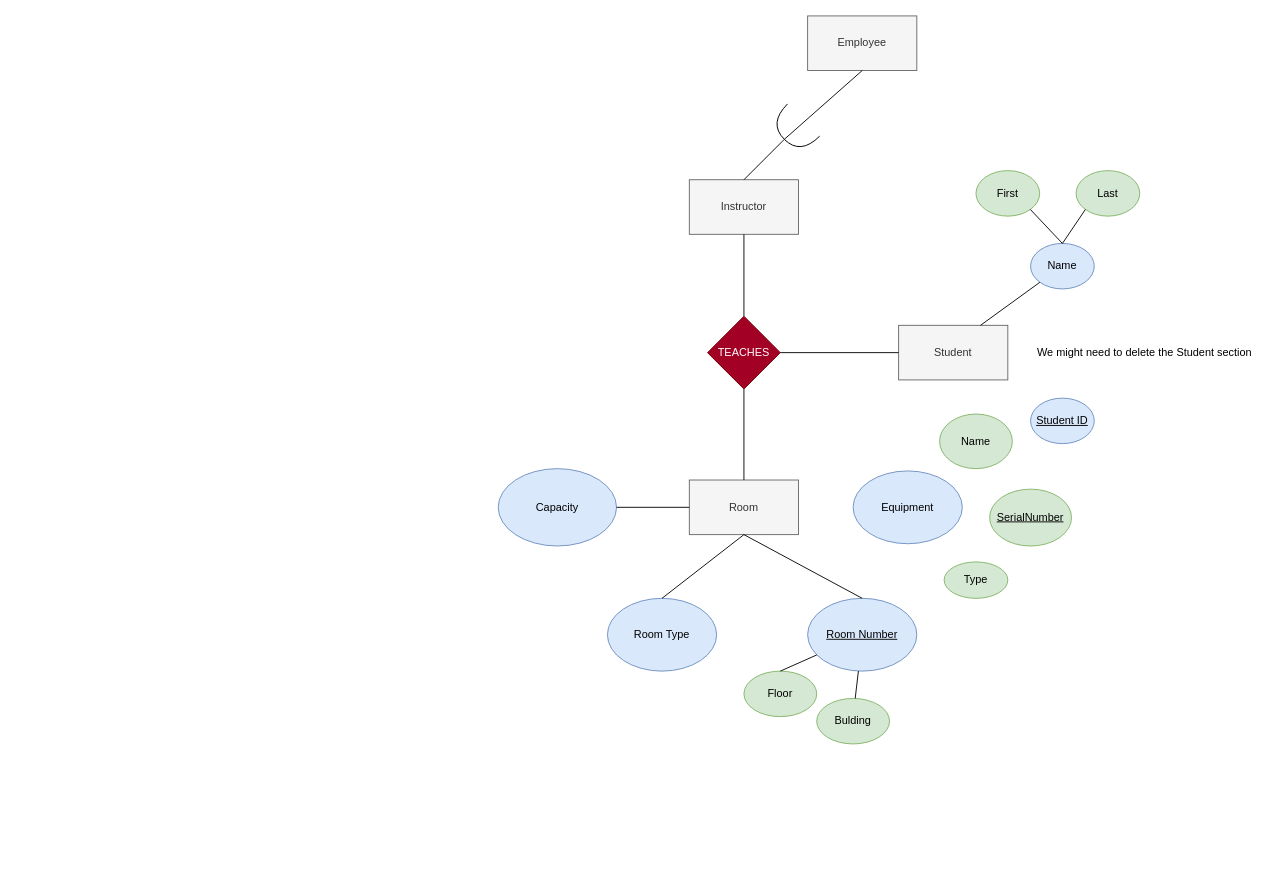
Before: Step 2 ER/EER Diagram.drawio in William-BC-CA/CPSC2221_Term_Project_Files, a draw.io diagram. Source tidied: cells renumbered, new cells numbered last; positions are measured from the earlier drawing's top-left corner, leaving out a move shared by most shapes. Both pictures are drawn from the tidied source at 91%, with x=0, y=0 at pixel (498, 15).
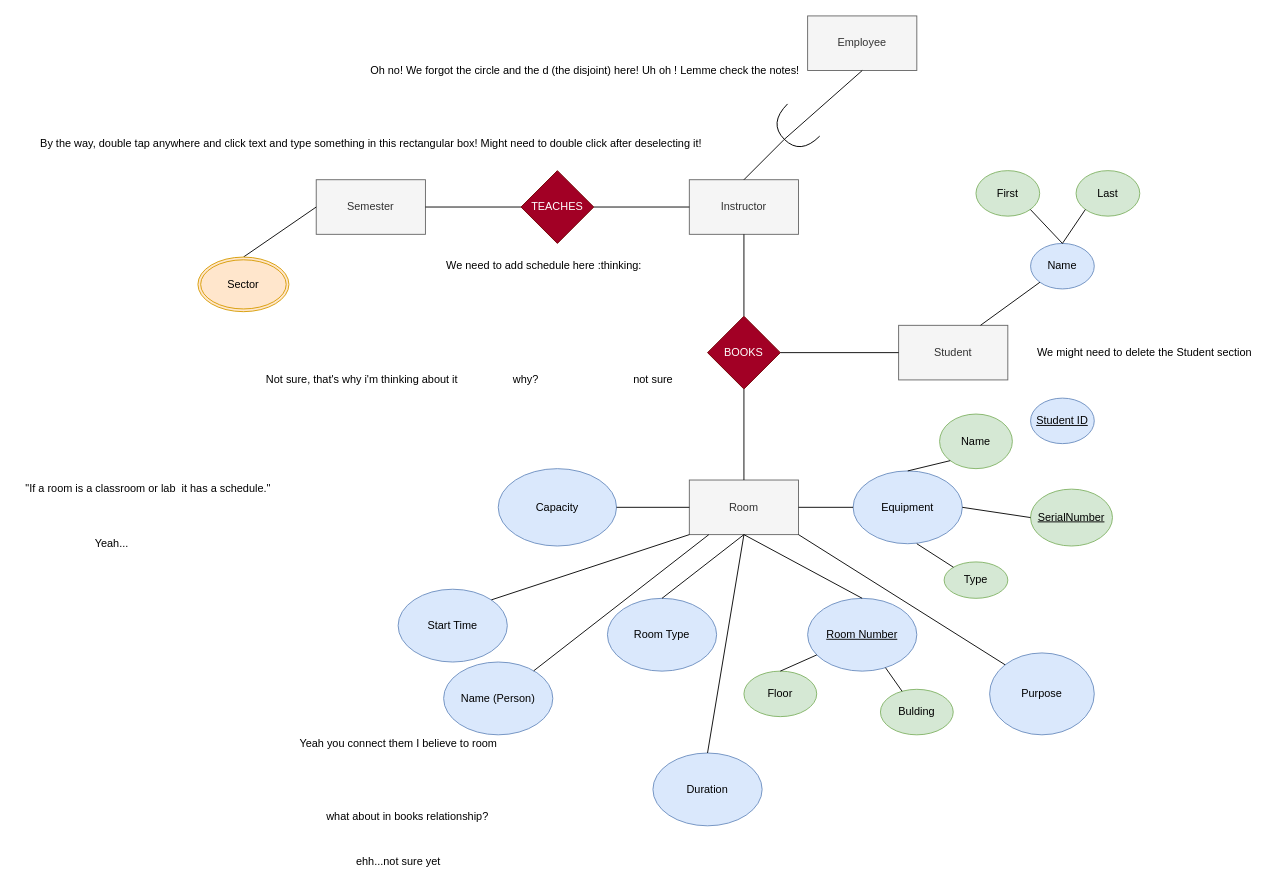
After the change.

Unchanged cells that the change refers to:
```xml
<mxCell id="3" value="Instructor" style="rounded=0;whiteSpace=wrap;html=1;fillColor=#f5f5f5;strokeColor=#666666;fontColor=#333333;" parent="1" vertex="1">
  <mxGeometry x="210" y="180" width="120" height="60" as="geometry" />
</mxCell>
<mxCell id="4" value="Room" style="rounded=0;whiteSpace=wrap;html=1;fillColor=#f5f5f5;strokeColor=#666666;fontColor=#333333;" parent="1" vertex="1">
  <mxGeometry x="210" y="510" width="120" height="60" as="geometry" />
</mxCell>
<mxCell id="24" value="Name" style="ellipse;whiteSpace=wrap;html=1;fillColor=#d5e8d4;strokeColor=#82b366;" parent="1" vertex="1">
  <mxGeometry x="485" y="437.5" width="80" height="60" as="geometry" />
</mxCell>
<mxCell id="31" value="Equipment" style="ellipse;whiteSpace=wrap;html=1;fillColor=#dae8fc;strokeColor=#6c8ebf;" parent="1" vertex="1">
  <mxGeometry x="390" y="500" width="120" height="80" as="geometry" />
</mxCell>
<mxCell id="32" value="Type" style="ellipse;whiteSpace=wrap;html=1;fillColor=#d5e8d4;strokeColor=#82b366;" parent="1" vertex="1">
  <mxGeometry x="490" y="600" width="70" height="40" as="geometry" />
</mxCell>
```

Diff of the diagram source:
```diff
@@
-    <mxCell id="5" value="TEACHES" style="rhombus;whiteSpace=wrap;html=1;fillColor=#a20025;strokeColor=#6F0000;fontColor=#ffffff;" parent="1" vertex="1">
+    <mxCell id="5" value="BOOKS" style="rhombus;whiteSpace=wrap;html=1;fillColor=#a20025;strokeColor=#6F0000;fontColor=#ffffff;" parent="1" vertex="1">
       <mxGeometry x="230" y="330" width="80" height="80" as="geometry" />
     </mxCell>
@@
     <mxCell id="22" value="Bulding" style="ellipse;whiteSpace=wrap;html=1;fillColor=#d5e8d4;strokeColor=#82b366;" parent="1" vertex="1">
-      <mxGeometry x="350" y="750" width="80" height="50" as="geometry" />
+      <mxGeometry x="420" y="740" width="80" height="50" as="geometry" />
     </mxCell>
@@
     <mxCell id="33" value="&lt;u&gt;SerialNumber&lt;/u&gt;" style="ellipse;whiteSpace=wrap;html=1;fillColor=#d5e8d4;strokeColor=#82b366;" parent="1" vertex="1">
-      <mxGeometry x="540" y="520" width="90" height="62.5" as="geometry" />
+      <mxGeometry x="585" y="520" width="90" height="62.5" as="geometry" />
     </mxCell>
@@
+    <mxCell id="35" style="endArrow=none;html=1;entryX=0;entryY=1;entryDx=0;entryDy=0;exitX=0.5;exitY=0;exitDx=0;exitDy=0;" parent="1" edge="1" source="31" target="24">
+      <mxGeometry relative="1" as="geometry" />
+    </mxCell>
+    <mxCell id="36" style="endArrow=none;html=1;entryX=0;entryY=0.5;entryDx=0;entryDy=0;exitX=1;exitY=0.5;exitDx=0;exitDy=0;" parent="1" edge="1" source="31" target="33">
+      <mxGeometry relative="1" as="geometry" />
+    </mxCell>
+    <mxCell id="37" style="endArrow=none;html=1;entryX=0;entryY=0;entryDx=0;entryDy=0;" parent="1" edge="1" target="32">
+      <mxGeometry relative="1" as="geometry">
+        <mxPoint x="460" y="580" as="sourcePoint" />
+      </mxGeometry>
+    </mxCell>
+    <mxCell id="38" style="endArrow=none;html=1;entryX=1;entryY=0.5;entryDx=0;entryDy=0;exitX=0;exitY=0.5;exitDx=0;exitDy=0;" parent="1" edge="1" source="31" target="4">
+      <mxGeometry relative="1" as="geometry" />
+    </mxCell>
+    <mxCell id="39" value="We need to add schedule here :thinking:" style="text;html=1;align=center;verticalAlign=middle;strokeColor=none;fillColor=none;" parent="1" vertex="1">
+      <mxGeometry x="-65" y="265" width="230" height="20" as="geometry" />
+    </mxCell>
+    <mxCell id="40" value="Oh no! We forgot the circle and the d (the disjoint) here! Uh oh ! Lemme check the notes!" style="text;html=1;align=center;verticalAlign=middle;strokeColor=none;fillColor=none;" parent="1" vertex="1">
+      <mxGeometry x="-150" y="50" width="490" height="20" as="geometry" />
+    </mxCell>
+    <mxCell id="41" value="By the way, double tap anywhere and click text and type something in this rectangular box! Might need to double click after deselecting it!" style="text;html=1;align=center;verticalAlign=middle;strokeColor=none;fillColor=none;" parent="1" vertex="1">
+      <mxGeometry x="-510" y="130" width="740" height="20" as="geometry" />
+    </mxCell>
+    <mxCell id="42" value="&quot;If a room is a classroom or lab &amp;nbsp;it has a schedule.&quot;" style="text;html=1;align=center;verticalAlign=middle;strokeColor=none;fillColor=none;" parent="1" vertex="1">
+      <mxGeometry x="-530" y="510" width="290" height="20" as="geometry" />
+    </mxCell>
+    <mxCell id="43" value="Not sure, that's why i'm thinking about it" style="text;html=1;align=center;verticalAlign=middle;strokeColor=none;fillColor=none;" parent="1" vertex="1">
+      <mxGeometry x="-265" y="390" width="230" height="20" as="geometry" />
+    </mxCell>
+    <mxCell id="44" value="Yeah..." style="text;html=1;align=center;verticalAlign=middle;strokeColor=none;fillColor=none;" parent="1" vertex="1">
+      <mxGeometry x="-450" y="570" width="50" height="20" as="geometry" />
+    </mxCell>
+    <mxCell id="45" value="Semester" style="rounded=0;whiteSpace=wrap;html=1;fillColor=#f5f5f5;fontColor=#333333;strokeColor=#666666;" parent="1" vertex="1">
+      <mxGeometry x="-200" y="180" width="120" height="60" as="geometry" />
+    </mxCell>
+    <mxCell id="46" value="TEACHES" style="rhombus;whiteSpace=wrap;html=1;fillColor=#a20025;strokeColor=#6F0000;fontColor=#ffffff;" parent="1" vertex="1">
+      <mxGeometry x="25" y="170" width="80" height="80" as="geometry" />
+    </mxCell>
+    <mxCell id="47" style="endArrow=none;html=1;entryX=0;entryY=0.5;entryDx=0;entryDy=0;exitX=1;exitY=0.5;exitDx=0;exitDy=0;" parent="1" edge="1" source="46" target="3">
+      <mxGeometry relative="1" as="geometry" />
+    </mxCell>
+    <mxCell id="48" style="endArrow=none;html=1;exitX=1;exitY=0.5;exitDx=0;exitDy=0;entryX=0;entryY=0.5;entryDx=0;entryDy=0;" parent="1" edge="1" source="45" target="46">
+      <mxGeometry relative="1" as="geometry" />
+    </mxCell>
+    <mxCell id="49" value="why?" style="text;html=1;align=center;verticalAlign=middle;strokeColor=none;fillColor=none;" parent="1" vertex="1">
+      <mxGeometry x="10" y="390" width="40" height="20" as="geometry" />
+    </mxCell>
+    <mxCell id="50" value="not sure" style="text;html=1;align=center;verticalAlign=middle;strokeColor=none;fillColor=none;" parent="1" vertex="1">
+      <mxGeometry x="140" y="390" width="60" height="20" as="geometry" />
+    </mxCell>
+    <mxCell id="51" style="endArrow=none;html=1;exitX=0.5;exitY=0;exitDx=0;exitDy=0;entryX=0;entryY=0.5;entryDx=0;entryDy=0;" parent="1" edge="1" source="52" target="45">
+      <mxGeometry relative="1" as="geometry" />
+    </mxCell>
+    <mxCell id="52" value="Sector" style="ellipse;shape=doubleEllipse;margin=3;whiteSpace=wrap;html=1;align=center;fillColor=#ffe6cc;strokeColor=#d79b00;" parent="1" vertex="1">
+      <mxGeometry x="-330" y="265" width="100" height="60" as="geometry" />
+    </mxCell>
+    <mxCell id="53" value="Start Time" style="ellipse;whiteSpace=wrap;html=1;fillColor=#dae8fc;strokeColor=#6c8ebf;" parent="1" vertex="1">
+      <mxGeometry x="-110" y="630" width="120" height="80" as="geometry" />
+    </mxCell>
+    <mxCell id="54" value="Name (Person)" style="ellipse;whiteSpace=wrap;html=1;fillColor=#dae8fc;strokeColor=#6c8ebf;" parent="1" vertex="1">
+      <mxGeometry x="-60" y="710" width="120" height="80" as="geometry" />
+    </mxCell>
+    <mxCell id="55" value="Duration" style="ellipse;whiteSpace=wrap;html=1;fillColor=#dae8fc;strokeColor=#6c8ebf;" parent="1" vertex="1">
+      <mxGeometry x="170" y="810" width="120" height="80" as="geometry" />
+    </mxCell>
+    <mxCell id="56" value="Purpose" style="ellipse;whiteSpace=wrap;html=1;fillColor=#dae8fc;strokeColor=#6c8ebf;" parent="1" vertex="1">
+      <mxGeometry x="540" y="700" width="115" height="90" as="geometry" />
+    </mxCell>
+    <mxCell id="57" value="Yeah you connect them I believe to room" style="text;html=1;align=center;verticalAlign=middle;strokeColor=none;fillColor=none;" parent="1" vertex="1">
+      <mxGeometry x="-225" y="790" width="230" height="20" as="geometry" />
+    </mxCell>
+    <mxCell id="58" value="what about in books relationship?" style="text;html=1;align=center;verticalAlign=middle;strokeColor=none;fillColor=none;" parent="1" vertex="1">
+      <mxGeometry x="-195" y="870" width="190" height="20" as="geometry" />
+    </mxCell>
+    <mxCell id="59" value="ehh...not sure yet" style="text;html=1;align=center;verticalAlign=middle;strokeColor=none;fillColor=none;" parent="1" vertex="1">
+      <mxGeometry x="-165" y="920" width="110" height="20" as="geometry" />
+    </mxCell>
+    <mxCell id="60" style="endArrow=none;html=1;entryX=0;entryY=1;entryDx=0;entryDy=0;exitX=1;exitY=0;exitDx=0;exitDy=0;" parent="1" edge="1" source="53" target="4">
+      <mxGeometry relative="1" as="geometry" />
+    </mxCell>
+    <mxCell id="61" style="endArrow=none;html=1;" parent="1" edge="1" source="4" target="54">
+      <mxGeometry relative="1" as="geometry" />
+    </mxCell>
+    <mxCell id="62" style="endArrow=none;html=1;exitX=0.5;exitY=0;exitDx=0;exitDy=0;entryX=0.5;entryY=1;entryDx=0;entryDy=0;" parent="1" edge="1" source="55" target="4">
+      <mxGeometry relative="1" as="geometry" />
+    </mxCell>
+    <mxCell id="63" style="endArrow=none;html=1;entryX=1;entryY=1;entryDx=0;entryDy=0;exitX=0;exitY=0;exitDx=0;exitDy=0;" parent="1" edge="1" source="56" target="4">
+      <mxGeometry relative="1" as="geometry" />
+    </mxCell>
```
